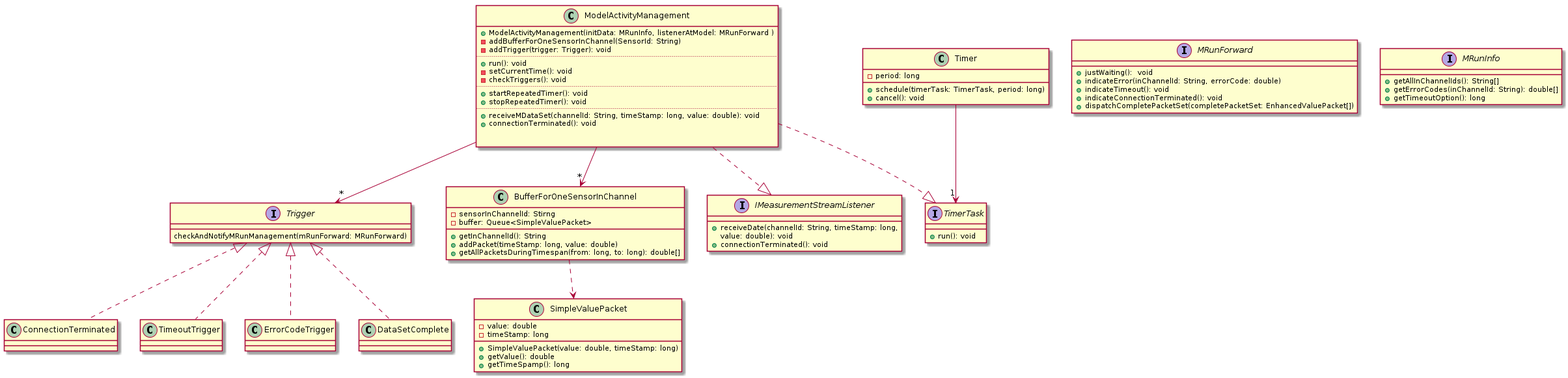
The PlantUML diagram 2-Entwurf/2-Entwicklung/src/edu/kit/freejdaq/cache/classDiagramCache.png in osl2/DAQ-Documents, before a commit.
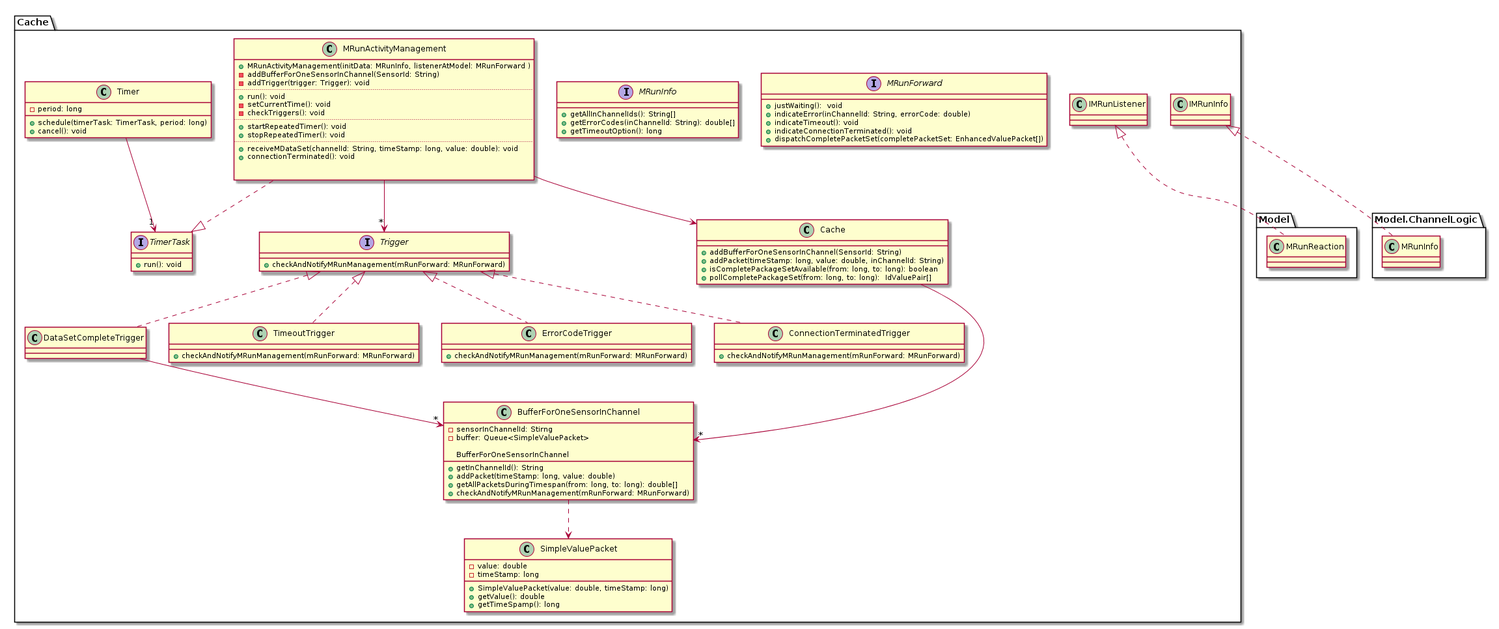
After the commit.

Commit message:
export backend: toCache-export hinzugefügt und package in backend zu namespace geändert

What changed in the source:
```diff
@@ -1,7 +1,7 @@
 @startuml
-
-class ModelActivityManagement {
-	+ ModelActivityManagement(initData: MRunInfo, listenerAtModel: MRunForward )
+namespace Cache {
+class MRunActivityManagement {
+	+ MRunActivityManagement(initData: MRunInfo, listenerAtModel: MRunForward )
 	- addBufferForOneSensorInChannel(SensorId: String)
 	- addTrigger(trigger: Trigger): void
 	..
@@ -24,6 +24,13 @@
 	+cancel(): void
 }
 
+class Cache{
+	+ addBufferForOneSensorInChannel(SensorId: String)
+	+ addPacket(timeStamp: long, value: double, inChannelId: String)
+	+ isCompletePackageSetAvailable(from: long, to: long): boolean
+	+ pollCompletePackageSet(from: long, to: long):  IdValuePair[]
+}
+
 class BufferForOneSensorInChannel {
 	-sensorInChannelId: Stirng
 	-buffer: Queue<SimpleValuePacket>
@@ -41,20 +48,39 @@
 	+getTimeSpamp(): long
 }
 
-ConnectionTerminated .up.|> Trigger
+class ConnectionTerminatedTrigger {
+	+checkAndNotifyMRunManagement(mRunForward: MRunForward)
+}
+
+class TimeoutTrigger {
+	+checkAndNotifyMRunManagement(mRunForward: MRunForward)
+}
+
+class ErrorCodeTrigger {
+	+checkAndNotifyMRunManagement(mRunForward: MRunForward)
+}
+
+class BufferForOneSensorInChannel {
+	BufferForOneSensorInChannel
+	+checkAndNotifyMRunManagement(mRunForward: MRunForward)
+}
+
+ConnectionTerminatedTrigger .up.|> Trigger
 TimeoutTrigger .up.|> Trigger
 ErrorCodeTrigger .up.|> Trigger
-DataSetComplete .up.|> Trigger
+DataSetCompleteTrigger .up.|> Trigger
 
-ModelActivityManagement ..|> IMeasurementStreamListener
-ModelActivityManagement ..|> TimerTask
+MRunActivityManagement ..|> TimerTask
 Timer --> "1" TimerTask
-ModelActivityManagement --> "*" BufferForOneSensorInChannel
+MRunActivityManagement --> Cache
+Cache --> "*" BufferForOneSensorInChannel
 BufferForOneSensorInChannel ..> SimpleValuePacket
-ModelActivityManagement --> "*" Trigger
+MRunActivityManagement --> "*" Trigger
+
+DataSetCompleteTrigger --> "*" BufferForOneSensorInChannel
 
 interface Trigger {
-	checkAndNotifyMRunManagement(mRunForward: MRunForward)
+	+checkAndNotifyMRunManagement(mRunForward: MRunForward)
 }
 
 interface MRunForward {
@@ -71,14 +97,11 @@
 	+getTimeoutOption(): long
 }
 
-interface IMeasurementStreamListener {
-	+ receiveDate(channelId: String, timeStamp: long,
-	    value: double): void
-	+connectionTerminated(): void
-}
-
 interface TimerTask {
 	+run(): void
 }
 
+IMRunListener <|.. Model.MRunReaction
+IMRunInfo <|.. Model.ChannelLogic.MRunInfo
+}
 @enduml
```
